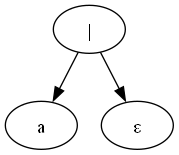
The Graphviz diagram TreeImage/Tree0.gv.png in Gerax5/COM-LB1, before a commit. Its source is kept beside it as TreeImage/Tree0.gv.
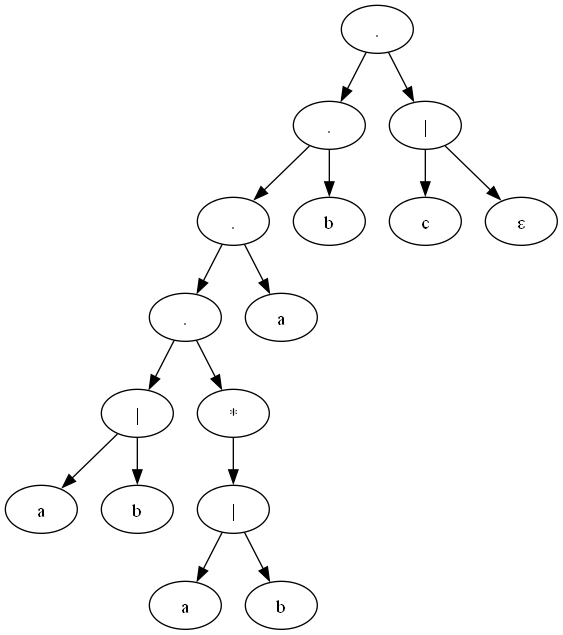
Later version of the same file.

Change to the diagram source:
```diff
@@ -1,7 +1,33 @@
 digraph "TreeImage/Tree0" {
-	A0 [label="|"]
-	A1 [label=a]
-	A2 [label="ε"]
+	A0 [label="."]
+	A1 [label="."]
+	A2 [label="."]
+	A3 [label="."]
+	A4 [label="|"]
+	A5 [label=a]
+	A6 [label=b]
+	A7 [label="*"]
+	A8 [label="|"]
+	A9 [label=a]
+	A10 [label=b]
+	A11 [label=a]
+	A12 [label=b]
+	A13 [label="|"]
+	A14 [label=c]
+	A15 [label="ε"]
+	A4 -> A5
+	A4 -> A6
+	A3 -> A4
+	A8 -> A9
+	A8 -> A10
+	A7 -> A8
+	A3 -> A7
+	A2 -> A3
+	A2 -> A11
+	A1 -> A2
+	A1 -> A12
 	A0 -> A1
-	A0 -> A2
+	A13 -> A14
+	A13 -> A15
+	A0 -> A13
 }
```
